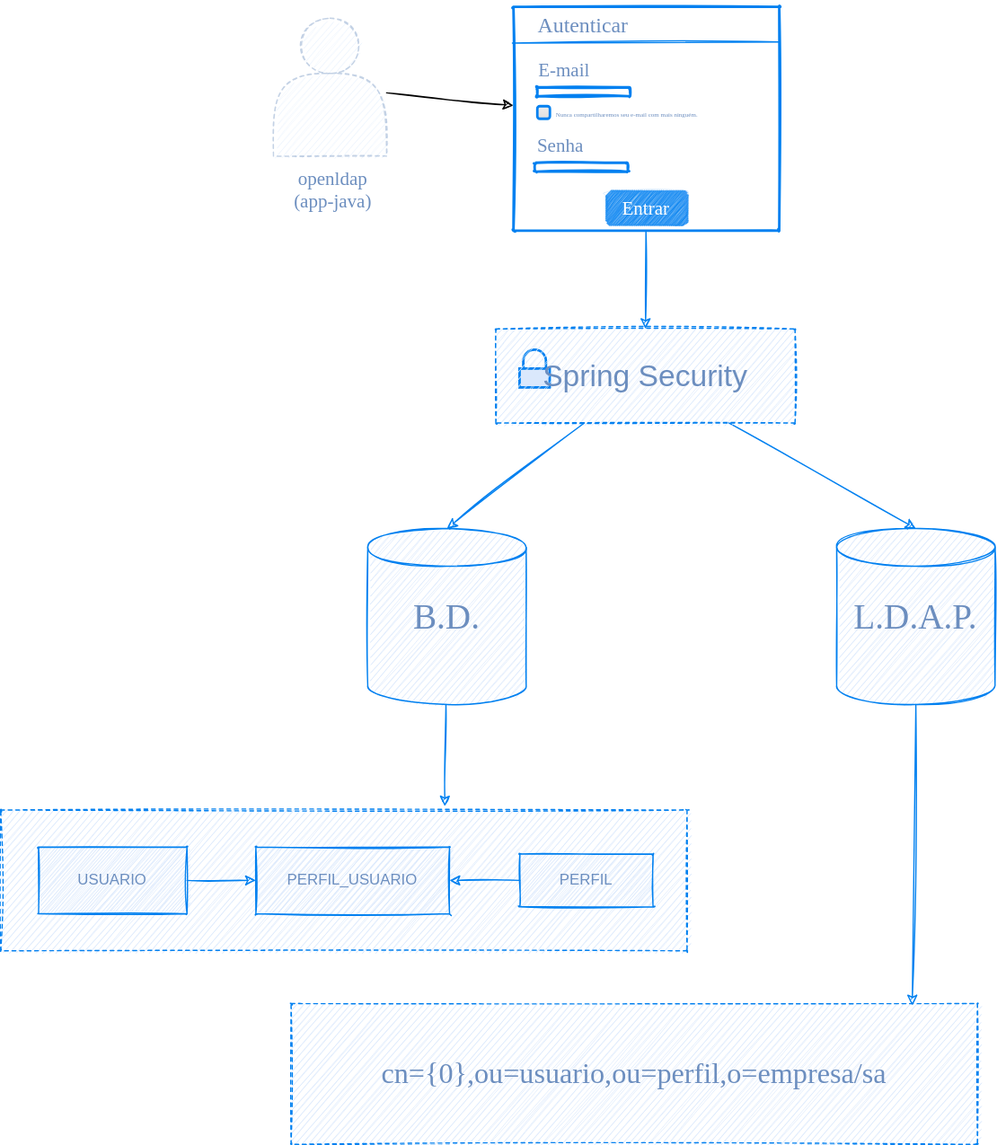
The draw.io diagram openldap/arquitetura.drawio.svg in ramiralvesmelo/spring-boot-projetos, before a commit. Source tidied: cells renumbered, new cells last; positions are measured from the earlier drawing's top-left corner, leaving out a move shared by most shapes.
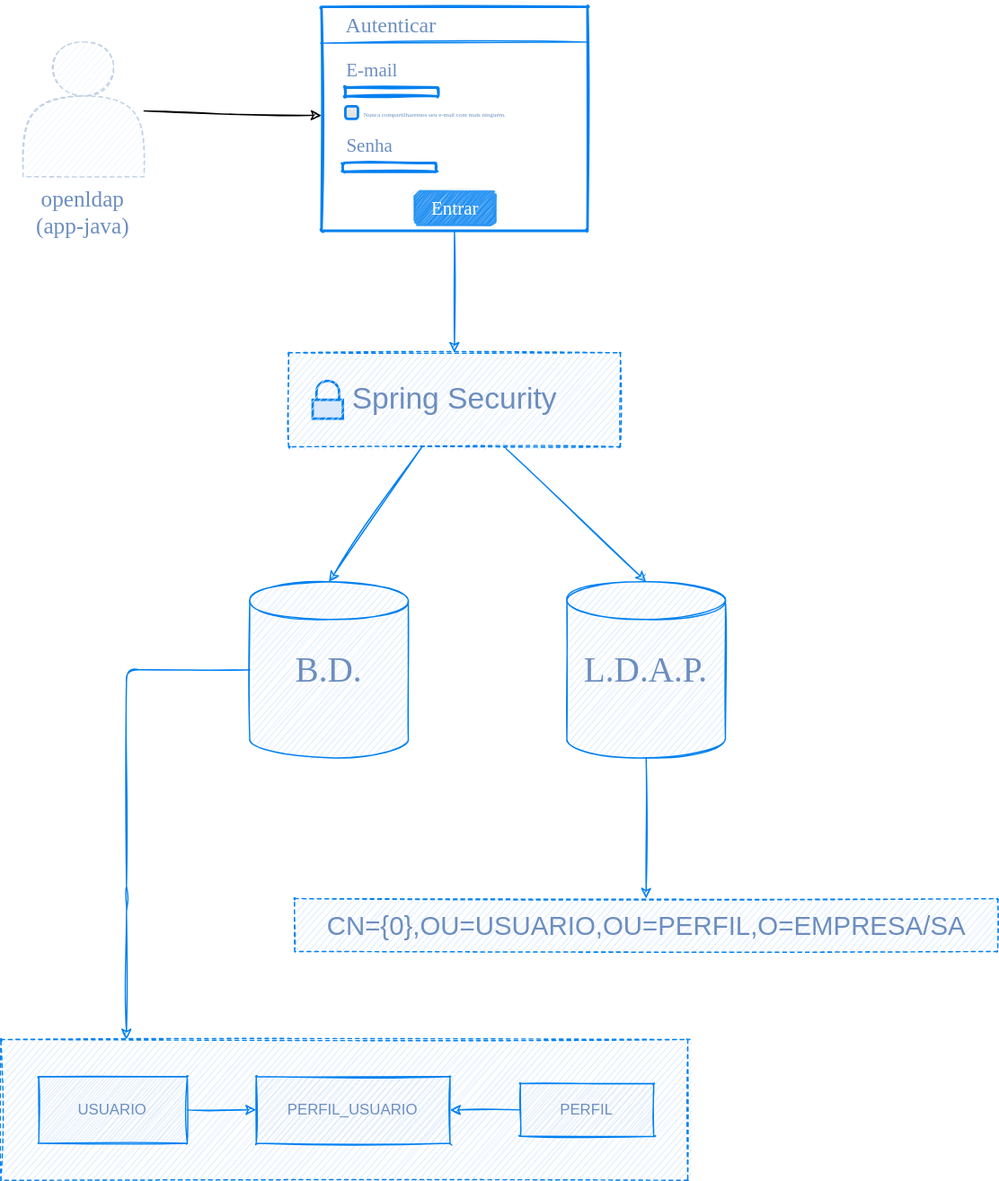
Above is the later version.

Diff of the diagram source:
```diff
@@ -3,61 +3,67 @@
     <mxCell id="0" />
     <mxCell id="1" parent="0" />
     <mxCell id="2" style="rounded=1;whiteSpace=wrap;html=1;shadow=0;sketch=1;strokeWidth=1;fillColor=#DAE8FC;arcSize=0;strokeColor=#0080F0;fontColor=#6C8EBF;dashed=1;" parent="1" vertex="1">
-      <mxGeometry y="644" width="546" height="112" as="geometry" />
+      <mxGeometry x="-36.9" y="812" width="546" height="112" as="geometry" />
     </mxCell>
     <mxCell id="3" style="rounded=1;whiteSpace=wrap;html=1;shadow=0;sketch=1;strokeWidth=2;fillColor=none;fontFamily=Comic Sans MS;strokeColor=#0080F0;fontColor=#6C8EBF;" parent="1" vertex="1">
-      <mxGeometry x="426.9" y="69" width="74" height="7" as="geometry" />
+      <mxGeometry x="237" y="55" width="74" height="7" as="geometry" />
     </mxCell>
     <mxCell id="4" value="&lt;font style=&quot;font-size: 15px;&quot;&gt;E-mail&lt;/font&gt;" style="text;html=1;align=center;verticalAlign=middle;strokeColor=none;fillColor=none;fontFamily=Comic Sans MS;fontColor=#6C8EBF;" parent="1" vertex="1">
-      <mxGeometry x="412.9" y="41" width="70" height="28" as="geometry" />
+      <mxGeometry x="223" y="27" width="70" height="28" as="geometry" />
     </mxCell>
     <mxCell id="5" value="&lt;font style=&quot;font-size: 15px;&quot;&gt;Senha&lt;/font&gt;" style="text;html=1;align=center;verticalAlign=middle;strokeColor=none;fillColor=none;fontFamily=Comic Sans MS;fontColor=#6C8EBF;" parent="1" vertex="1">
-      <mxGeometry x="410.5" y="101" width="70" height="28" as="geometry" />
+      <mxGeometry x="220.6" y="87" width="70" height="28" as="geometry" />
     </mxCell>
     <mxCell id="6" style="edgeStyle=none;sketch=1;html=1;strokeColor=#0080F0;fontFamily=Comic Sans MS;fontSize=23;fontColor=#6C8EBF;" parent="1" edge="1" source="7" target="23">
       <mxGeometry relative="1" as="geometry" />
     </mxCell>
     <mxCell id="7" style="rounded=1;whiteSpace=wrap;html=1;shadow=0;sketch=1;strokeWidth=2;fillColor=none;arcSize=0;strokeColor=#0080F0;fontColor=#6C8EBF;" parent="1" vertex="1">
-      <mxGeometry x="407.9" y="5" width="211.4" height="178" as="geometry" />
+      <mxGeometry x="218" y="-9" width="211.4" height="178" as="geometry" />
     </mxCell>
     <mxCell id="8" value="&lt;span style=&quot;&quot;&gt;&lt;font style=&quot;font-size: 5px;&quot;&gt;Nunca compartilharemos seu e-mail com mais ninguém.&lt;/font&gt;&lt;/span&gt;" style="html=1;shadow=0;dashed=0;shape=mxgraph.bootstrap.checkbox2;labelPosition=right;verticalLabelPosition=middle;align=left;verticalAlign=middle;gradientColor=#DEDEDE;fillColor=#EDEDED;checked=0;spacing=5;fontColor=#6C8EBF;checkedFill=#0085FC;checkedStroke=#ffffff;sketch=0;strokeWidth=2;fontFamily=Comic Sans MS;strokeColor=#0080F0;" parent="1" vertex="1">
-      <mxGeometry x="426.9" y="84" width="10" height="10" as="geometry" />
+      <mxGeometry x="237" y="70" width="10" height="10" as="geometry" />
     </mxCell>
     <mxCell id="9" value="&lt;font style=&quot;font-size: 15px;&quot;&gt;Entrar&lt;/font&gt;" style="rounded=1;whiteSpace=wrap;html=1;shadow=0;strokeWidth=0;fillColor=#0080F0;sketch=1;curveFitting=1;jiggle=2;perimeterSpacing=1;strokeColor=#0080F0;fontFamily=Comic Sans MS;fontColor=#FFFFFF;" parent="1" vertex="1">
-      <mxGeometry x="481.5" y="151" width="65.4" height="28" as="geometry" />
+      <mxGeometry x="291.6" y="137" width="65.4" height="28" as="geometry" />
     </mxCell>
     <mxCell id="10" value="&lt;font face=&quot;Comic Sans MS&quot; style=&quot;font-size: 17px;&quot;&gt;Autenticar&lt;/font&gt;" style="text;html=1;align=center;verticalAlign=middle;strokeColor=none;fillColor=none;fontColor=#6C8EBF;" parent="1" vertex="1">
-      <mxGeometry x="406.9" width="112" height="42" as="geometry" />
+      <mxGeometry x="217" y="-14" width="112" height="42" as="geometry" />
     </mxCell>
     <mxCell id="11" style="endArrow=none;html=1;fontSize=20;fontColor=#6C8EBF;exitX=-0.004;exitY=0.162;exitDx=0;exitDy=0;entryX=1.001;entryY=0.157;entryDx=0;entryDy=0;sketch=1;curveFitting=1;jiggle=2;exitPerimeter=0;entryPerimeter=0;strokeColor=#0080F0;" parent="1" edge="1" source="7" target="7">
       <mxGeometry relative="1" as="geometry" />
     </mxCell>
-    <mxCell id="12" style="edgeStyle=none;sketch=1;html=1;strokeColor=#0080F0;fontFamily=Comic Sans MS;fontSize=23;fontColor=#6C8EBF;entryX=0.647;entryY=-0.026;entryDx=0;entryDy=0;entryPerimeter=0;" parent="1" edge="1" source="13" target="2">
-      <mxGeometry relative="1" as="geometry" />
-    </mxCell>
+    <mxCell id="31" style="edgeStyle=none;sketch=1;html=1;exitX=0;exitY=0.5;exitDx=0;exitDy=0;exitPerimeter=0;strokeColor=#0080F0;fontFamily=Comic Sans MS;fontSize=21;fontColor=#6C8EBF;" parent="1" edge="1" source="13">
+      <mxGeometry relative="1" as="geometry">
+        <mxPoint x="63" y="812" as="targetPoint" />
+        <Array as="points">
+          <mxPoint x="63" y="518" />
+          <mxPoint x="63" y="700" />
+        </Array>
+      </mxGeometry>
+    </mxCell>
     <mxCell id="13" value="&lt;font color=&quot;#6c8ebf&quot; face=&quot;Comic Sans MS&quot; style=&quot;font-size: 28px;&quot;&gt;B.D.&lt;/font&gt;" style="shape=cylinder3;rounded=1;whiteSpace=wrap;html=1;shadow=0;sketch=1;strokeWidth=1;fillColor=#DAE8FC;strokeColor=#0080F0;" parent="1" vertex="1">
-      <mxGeometry x="292" y="420" width="126" height="140" as="geometry" />
+      <mxGeometry x="161" y="448" width="126" height="140" as="geometry" />
     </mxCell>
-    <mxCell id="14" style="edgeStyle=none;sketch=1;html=1;exitX=0.5;exitY=1;exitDx=0;exitDy=0;exitPerimeter=0;strokeColor=#0080F0;fontFamily=Comic Sans MS;fontSize=24;fontColor=#6C8EBF;entryX=0.905;entryY=0.013;entryDx=0;entryDy=0;entryPerimeter=0;" parent="1" edge="1" source="15" target="30">
+    <mxCell id="14" style="edgeStyle=none;sketch=1;html=1;entryX=0.5;entryY=0;entryDx=0;entryDy=0;strokeColor=#0080F0;fontFamily=Comic Sans MS;fontSize=15;fontColor=#6C8EBF;" parent="1" edge="1" source="15" target="30">
       <mxGeometry relative="1" as="geometry" />
     </mxCell>
     <mxCell id="15" value="&lt;font color=&quot;#6c8ebf&quot; face=&quot;Comic Sans MS&quot; style=&quot;font-size: 28px;&quot;&gt;L.D.A.P.&lt;/font&gt;" style="shape=cylinder3;rounded=1;whiteSpace=wrap;html=1;shadow=0;sketch=1;strokeWidth=1;fillColor=#DAE8FC;strokeColor=#0080F0;" parent="1" vertex="1">
-      <mxGeometry x="665" y="420" width="126" height="140" as="geometry" />
+      <mxGeometry x="413.1" y="448" width="126" height="140" as="geometry" />
     </mxCell>
     <mxCell id="16" style="html=1;verticalLabelPosition=bottom;align=center;labelBackgroundColor=#ffffff;verticalAlign=top;strokeWidth=2;strokeColor=#0080F0;shadow=0;dashed=0;shape=mxgraph.ios7.icons.locked;fontFamily=Verdana;fontSize=20;fontColor=#0000FF;fillColor=#DAE8FC;" parent="1" vertex="1">
-      <mxGeometry x="412.8" y="277.8" width="24" height="30" as="geometry" />
+      <mxGeometry x="211" y="288.4" width="24" height="30" as="geometry" />
     </mxCell>
     <mxCell id="17" style="edgeStyle=none;sketch=1;html=1;fontFamily=Comic Sans MS;fontSize=5;fontColor=default;" parent="1" edge="1" source="18" target="7">
       <mxGeometry relative="1" as="geometry" />
     </mxCell>
     <mxCell id="18" style="shape=actor;whiteSpace=wrap;html=1;dashed=1;sketch=1;strokeColor=#6C8EBF;strokeWidth=1;fontFamily=Comic Sans MS;fontSize=11;fontColor=#6C8EBF;fillColor=#DAE8FC;opacity=40;" parent="1" vertex="1">
-      <mxGeometry x="217" y="14" width="90" height="109.8" as="geometry" />
+      <mxGeometry x="-19.1" y="19" width="96.1" height="107" as="geometry" />
     </mxCell>
-    <mxCell id="19" value="&lt;font style=&quot;font-size: 15px;&quot;&gt;openldap &lt;br&gt;(app-java)&lt;/font&gt;" style="text;html=1;align=center;verticalAlign=middle;strokeColor=none;fillColor=none;fontSize=11;fontFamily=Comic Sans MS;fontColor=#6C8EBF;" parent="1" vertex="1">
-      <mxGeometry x="215.1" y="122" width="98" height="56" as="geometry" />
+    <mxCell id="19" value="&lt;font style=&quot;font-size: 18px;&quot;&gt;openldap &lt;br&gt;(app-java)&lt;/font&gt;" style="text;html=1;align=center;verticalAlign=middle;strokeColor=none;fillColor=none;fontSize=11;fontFamily=Comic Sans MS;fontColor=#6C8EBF;" parent="1" vertex="1">
+      <mxGeometry x="-28" y="127" width="112" height="56" as="geometry" />
     </mxCell>
     <mxCell id="20" style="rounded=1;whiteSpace=wrap;html=1;shadow=0;sketch=1;strokeWidth=2;fillColor=none;fontFamily=Comic Sans MS;strokeColor=#0080F0;fontColor=#6C8EBF;" parent="1" vertex="1">
-      <mxGeometry x="424.9" y="129" width="74" height="7" as="geometry" />
+      <mxGeometry x="235" y="115" width="74" height="7" as="geometry" />
     </mxCell>
     <mxCell id="21" style="edgeStyle=none;sketch=1;html=1;entryX=0.5;entryY=0;entryDx=0;entryDy=0;entryPerimeter=0;strokeColor=#0080F0;fontFamily=Comic Sans MS;fontSize=24;fontColor=#6C8EBF;" parent="1" edge="1" source="23" target="13">
       <mxGeometry relative="1" as="geometry" />
@@ -66,16 +72,16 @@
       <mxGeometry relative="1" as="geometry" />
     </mxCell>
     <mxCell id="23" value="&lt;font style=&quot;font-size: 24px;&quot;&gt;&amp;nbsp; &amp;nbsp; Spring Security&lt;/font&gt;" style="rounded=1;whiteSpace=wrap;html=1;shadow=0;sketch=1;strokeWidth=1;fillColor=#DAE8FC;arcSize=0;strokeColor=#0080F0;fontColor=#6C8EBF;dashed=1;" parent="1" vertex="1">
-      <mxGeometry x="393.9" y="261.2" width="238" height="74.8" as="geometry" />
+      <mxGeometry x="191.9" y="266" width="263.7" height="74.8" as="geometry" />
     </mxCell>
     <mxCell id="24" value="&lt;font style=&quot;font-size: 12px;&quot;&gt;USUARIO&lt;/font&gt;" style="rounded=1;whiteSpace=wrap;html=1;shadow=0;sketch=1;strokeWidth=1;fillColor=#DAE8FC;arcSize=0;strokeColor=#0080F0;fontColor=#6C8EBF;align=center;" parent="1" vertex="1">
-      <mxGeometry x="30.1" y="673.5" width="118.1" height="53" as="geometry" />
+      <mxGeometry x="-6.7" y="841.5" width="118.1" height="53" as="geometry" />
     </mxCell>
     <mxCell id="25" value="&lt;font style=&quot;font-size: 12px;&quot;&gt;PERFIL&lt;/font&gt;" style="rounded=1;whiteSpace=wrap;html=1;shadow=0;sketch=1;strokeWidth=1;fillColor=#DAE8FC;arcSize=0;strokeColor=#0080F0;fontColor=#6C8EBF;align=center;" parent="1" vertex="1">
-      <mxGeometry x="413.1" y="679" width="105.9" height="42" as="geometry" />
+      <mxGeometry x="376.2" y="847" width="105.9" height="42" as="geometry" />
     </mxCell>
     <mxCell id="26" value="&lt;font style=&quot;font-size: 12px;&quot;&gt;PERFIL_USUARIO&lt;/font&gt;" style="rounded=1;whiteSpace=wrap;html=1;shadow=0;sketch=1;strokeWidth=1;fillColor=#DAE8FC;arcSize=0;strokeColor=#0080F0;fontColor=#6C8EBF;align=center;" parent="1" vertex="1">
-      <mxGeometry x="203" y="673.5" width="154.1" height="53" as="geometry" />
+      <mxGeometry x="166.2" y="841.5" width="154.1" height="53" as="geometry" />
     </mxCell>
     <mxCell id="27" style="endArrow=classic;html=1;sketch=1;strokeColor=#0080F0;fontFamily=Comic Sans MS;fontSize=24;fontColor=#6C8EBF;exitX=1;exitY=0.5;exitDx=0;exitDy=0;entryX=0;entryY=0.5;entryDx=0;entryDy=0;" parent="1" edge="1" source="24" target="26">
       <mxGeometry relative="1" as="geometry" />
@@ -83,11 +89,8 @@
     <mxCell id="28" style="endArrow=classic;html=1;sketch=1;strokeColor=#0080F0;fontFamily=Comic Sans MS;fontSize=24;fontColor=#6C8EBF;exitX=0;exitY=0.5;exitDx=0;exitDy=0;entryX=1;entryY=0.5;entryDx=0;entryDy=0;" parent="1" edge="1" source="25" target="26">
       <mxGeometry relative="1" as="geometry" />
     </mxCell>
-    <mxCell id="29" style="whiteSpace=wrap;html=1;shadow=0;sketch=0;strokeColor=#82b366;strokeWidth=1;fontFamily=Comic Sans MS;fontSize=12;fontColor=#6C8EBF;fillColor=#d5e8d4;opacity=0;" parent="1" vertex="1">
-      <mxGeometry x="306.1" y="814" width="80" height="80" as="geometry" />
-    </mxCell>
-    <mxCell id="30" value="&lt;h1&gt;&lt;font face=&quot;Comic Sans MS&quot; style=&quot;font-weight: normal; font-size: 23px;&quot;&gt;cn={0},ou=usuario,ou=perfil,o=empresa/sa&lt;/font&gt;&lt;/h1&gt;" style="rounded=1;whiteSpace=wrap;html=1;shadow=0;sketch=1;strokeWidth=1;fillColor=#DAE8FC;arcSize=0;strokeColor=#0080F0;fontColor=#6C8EBF;dashed=1;" parent="1" vertex="1">
-      <mxGeometry x="231" y="798" width="546" height="112" as="geometry" />
+    <mxCell id="30" value="&lt;h1&gt;&lt;span style=&quot;font-weight: normal;&quot;&gt;&lt;font style=&quot;font-size: 21px;&quot;&gt;CN={0},OU=USUARIO,OU=PERFIL,O=EMPRESA/SA&lt;/font&gt;&lt;/span&gt;&lt;br&gt;&lt;/h1&gt;" style="rounded=1;whiteSpace=wrap;html=1;shadow=0;sketch=1;strokeWidth=1;fillColor=#DAE8FC;arcSize=0;strokeColor=#0080F0;fontColor=#6C8EBF;dashed=1;" parent="1" vertex="1">
+      <mxGeometry x="196.7" y="700" width="558.8" height="42" as="geometry" />
     </mxCell>
   </root>
 </mxGraphModel>
```
